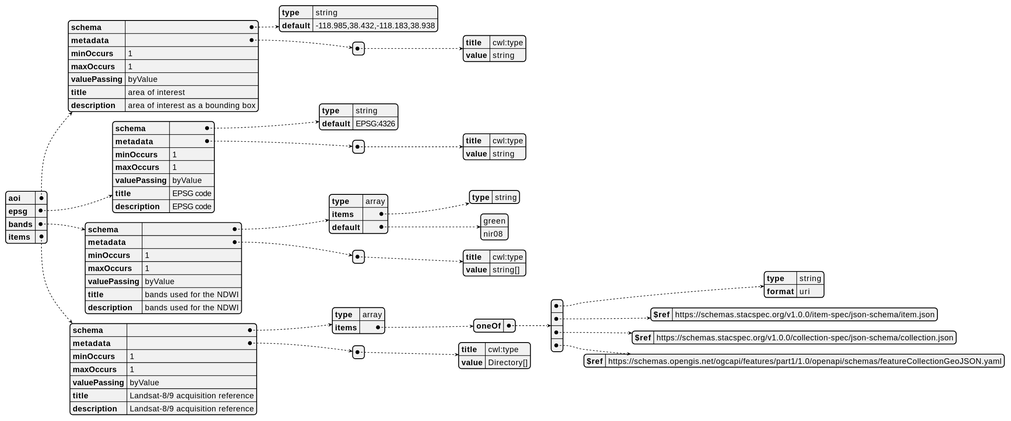
eoap/application-package-patterns keeps this PlantUML diagram as docs/pattern-3/ogc_processes_inputs.svg. Above is the earlier version. Source of this version:
```plantuml
@startjson
{
  "aoi": {
    "schema": {
      "type": "string",
      "default": "-118.985,38.432,-118.183,38.938"
    },
    "metadata": [
      {
        "title": "cwl:type",
        "value": "string"
      }
    ],
    "minOccurs": 1,
    "maxOccurs": 1,
    "valuePassing": "byValue",
    "title": "area of interest",
    "description": "area of interest as a bounding box"
  },
  "epsg": {
    "schema": {
      "type": "string",
      "default": "EPSG:4326"
    },
    "metadata": [
      {
        "title": "cwl:type",
        "value": "string"
      }
    ],
    "minOccurs": 1,
    "maxOccurs": 1,
    "valuePassing": "byValue",
    "title": "EPSG code",
    "description": "EPSG code"
  },
  "bands": {
    "schema": {
      "type": "array",
      "items": {
        "type": "string"
      },
      "default": [
        "green",
        "nir08"
      ]
    },
    "metadata": [
      {
        "title": "cwl:type",
        "value": "string[]"
      }
    ],
    "minOccurs": 1,
    "maxOccurs": 1,
    "valuePassing": "byValue",
    "title": "bands used for the NDWI",
    "description": "bands used for the NDWI"
  },
  "items": {
    "schema": {
      "type": "array",
      "items": {
        "oneOf": [
          {
            "type": "string",
            "format": "uri"
          },
          {
            "$ref": "https://schemas.stacspec.org/v1.0.0/item-spec/json-schema/item.json"
          },
          {
            "$ref": "https://schemas.stacspec.org/v1.0.0/collection-spec/json-schema/collection.json"
          },
          {
            "$ref": "https://schemas.opengis.net/ogcapi/features/part1/1.0/openapi/schemas/featureCollectionGeoJSON.yaml"
          }
        ]
      }
    },
    "metadata": [
      {
        "title": "cwl:type",
        "value": "Directory[]"
      }
    ],
    "minOccurs": 1,
    "maxOccurs": 1,
    "valuePassing": "byValue",
    "title": "Landsat-8/9 acquisition reference",
    "description": "Landsat-8/9 acquisition reference"
  }
}
@endjson
```
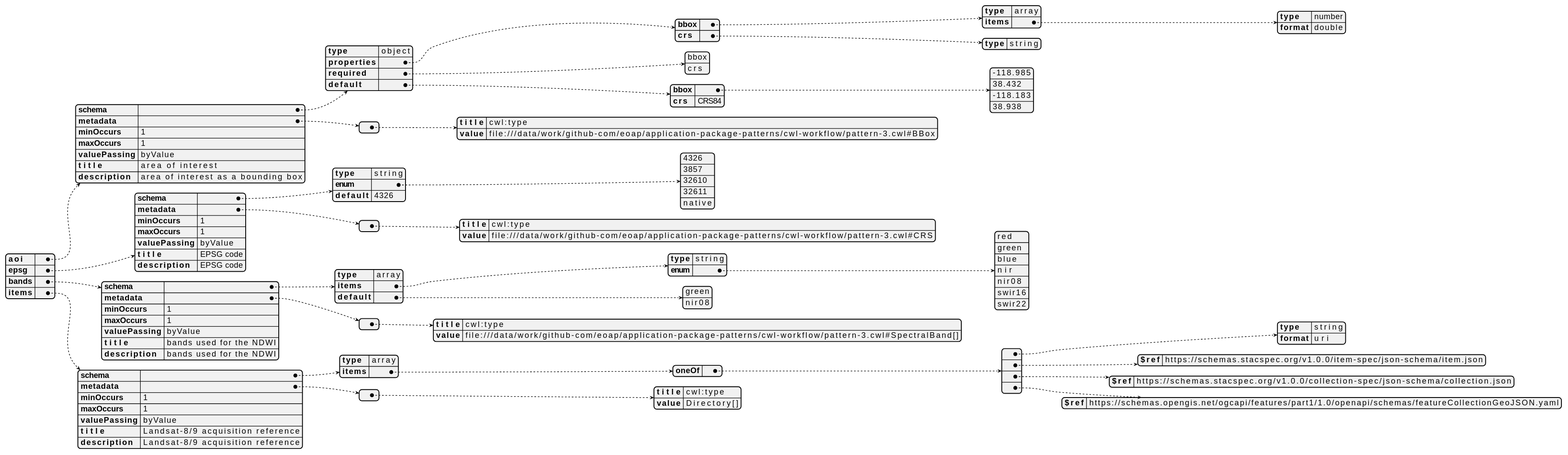
After the change.

What changed in the source:
```diff
@@ -2,13 +2,37 @@
 {
   "aoi": {
     "schema": {
-      "type": "string",
-      "default": "-118.985,38.432,-118.183,38.938"
+      "type": "object",
+      "properties": {
+        "bbox": {
+          "type": "array",
+          "items": {
+            "type": "number",
+            "format": "double"
+          }
+        },
+        "crs": {
+          "type": "string"
+        }
+      },
+      "required": [
+        "bbox",
+        "crs"
+      ],
+      "default": {
+        "bbox": [
+          -118.985,
+          38.432,
+          -118.183,
+          38.938
+        ],
+        "crs": "CRS84"
+      }
     },
     "metadata": [
       {
         "title": "cwl:type",
-        "value": "string"
+        "value": "file:///data/work/github-com/eoap/application-package-patterns/cwl-workflow/pattern-3.cwl#BBox"
       }
     ],
     "minOccurs": 1,
@@ -20,12 +44,19 @@
   "epsg": {
     "schema": {
       "type": "string",
-      "default": "EPSG:4326"
+      "enum": [
+        "4326",
+        "3857",
+        "32610",
+        "32611",
+        "native"
+      ],
+      "default": "4326"
     },
     "metadata": [
       {
         "title": "cwl:type",
-        "value": "string"
+        "value": "file:///data/work/github-com/eoap/application-package-patterns/cwl-workflow/pattern-3.cwl#CRS"
       }
     ],
     "minOccurs": 1,
@@ -38,7 +69,16 @@
     "schema": {
       "type": "array",
       "items": {
-        "type": "string"
+        "type": "string",
+        "enum": [
+          "red",
+          "green",
+          "blue",
+          "nir",
+          "nir08",
+          "swir16",
+          "swir22"
+        ]
       },
       "default": [
         "green",
@@ -48,7 +88,7 @@
     "metadata": [
       {
         "title": "cwl:type",
-        "value": "string[]"
+        "value": "file:///data/work/github-com/eoap/application-package-patterns/cwl-workflow/pattern-3.cwl#SpectralBand[]"
       }
     ],
     "minOccurs": 1,
```
